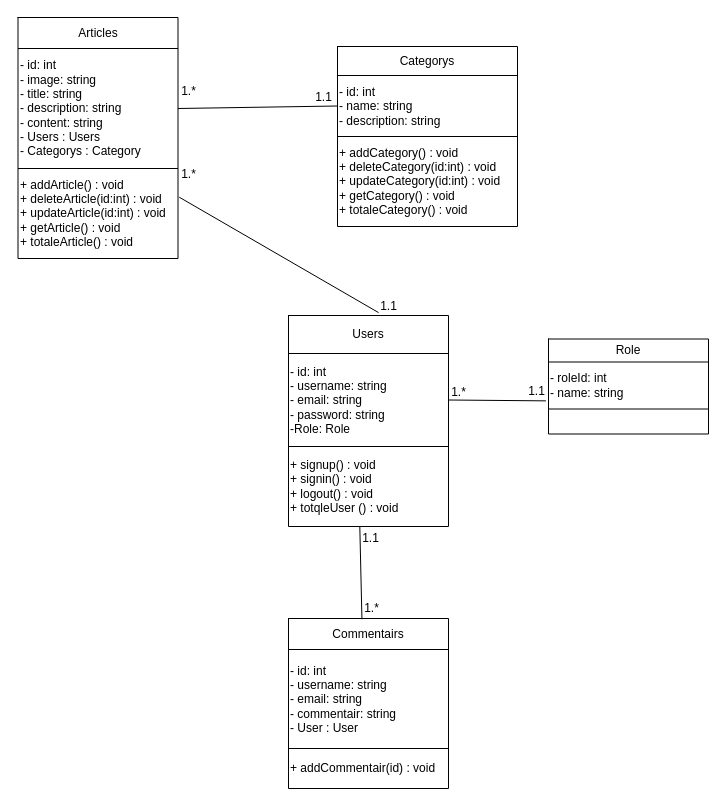
This is uml/DiagramDeClass.drawio from k-zakaria/ajiNt3awno, a draw.io file, before an edit. Source tidied: cells renumbered, new cells numbered last; positions are measured from the earlier drawing's top-left corner, leaving out a move shared by most shapes. Both pictures are drawn from the tidied source at 100%, with x=0, y=0 at pixel (18, 17).
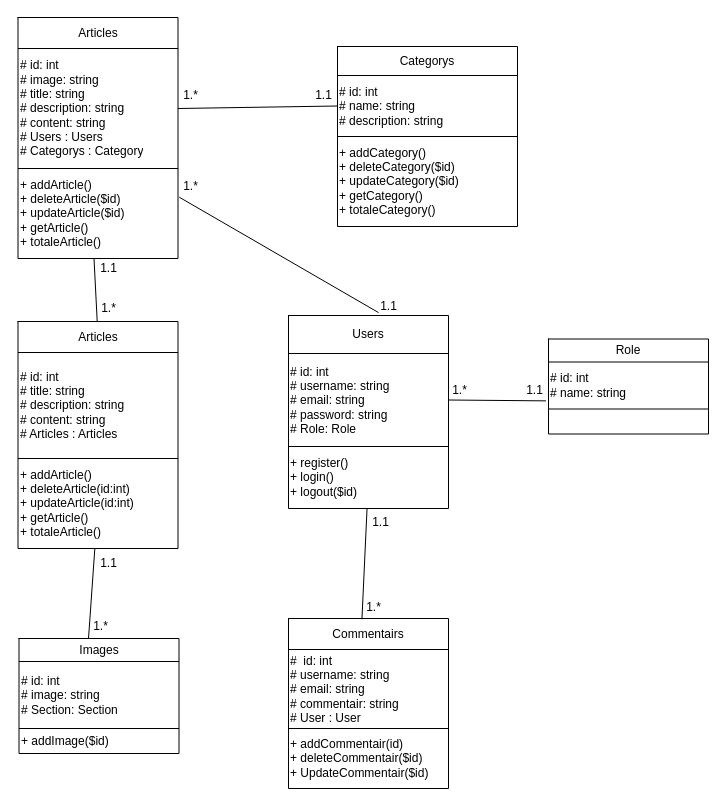
Above is the later version.

Unchanged cells that the change refers to:
```xml
<mxCell id="6" style="shape=tableRow;horizontal=0;startSize=0;swimlaneHead=0;swimlaneBody=0;top=0;left=0;bottom=0;right=0;fillColor=none;points=[[0,0.5],[1,0.5]];portConstraint=eastwest;" parent="3" vertex="1">
  <mxGeometry y="31" width="160" height="120" as="geometry" />
</mxCell>
<mxCell id="8" style="shape=tableRow;horizontal=0;startSize=0;swimlaneHead=0;swimlaneBody=0;top=0;left=0;bottom=0;right=0;fillColor=none;points=[[0,0.5],[1,0.5]];portConstraint=eastwest;" parent="3" vertex="1">
  <mxGeometry y="151" width="160" height="90" as="geometry" />
</mxCell>
<mxCell id="13" style="shape=tableRow;horizontal=0;startSize=0;swimlaneHead=0;swimlaneBody=0;top=0;left=0;bottom=0;right=0;fillColor=none;points=[[0,0.5],[1,0.5]];portConstraint=eastwest;" parent="10" vertex="1">
  <mxGeometry y="29" width="180" height="61" as="geometry" />
</mxCell>
<mxCell id="15" style="shape=tableRow;horizontal=0;startSize=0;swimlaneHead=0;swimlaneBody=0;top=0;left=0;bottom=0;right=0;fillColor=none;" parent="10" vertex="1">
  <mxGeometry y="90" width="180" height="90" as="geometry" />
</mxCell>
<mxCell id="20" style="shape=tableRow;horizontal=0;startSize=0;swimlaneHead=0;swimlaneBody=0;top=0;left=0;bottom=0;right=0;fillColor=none;points=[[0,0.5],[1,0.5]];portConstraint=eastwest;" parent="17" vertex="1">
  <mxGeometry y="38" width="160" height="93" as="geometry" />
</mxCell>
<mxCell id="32" style="shape=tableRow;horizontal=0;startSize=0;swimlaneHead=0;swimlaneBody=0;top=0;left=0;bottom=0;right=0;fillColor=none;points=[[0,0.5],[1,0.5]];portConstraint=eastwest;" parent="29" vertex="1">
  <mxGeometry y="23" width="160" height="47" as="geometry" />
</mxCell>
<mxCell id="39" style="shape=table;startSize=0;childLayout=tableLayout;" parent="1" vertex="1">
  <mxGeometry x="270" y="601" width="160" height="170" as="geometry" />
</mxCell>
<mxCell id="40" style="shape=tableRow;horizontal=0;startSize=0;swimlaneHead=0;swimlaneBody=0;top=0;left=0;bottom=0;right=0;fillColor=none;points=[[0,0.5],[1,0.5]];portConstraint=eastwest;" parent="39" vertex="1">
  <mxGeometry width="160" height="31" as="geometry" />
</mxCell>
```

Change to the diagram source:
```diff
@@
-    <mxCell id="7" value="- id: int&lt;br&gt;- image: string&lt;br&gt;- title: string&lt;br&gt;- description: string&lt;br&gt;- content: string&lt;br&gt;- Users : Users&lt;br&gt;- Categorys : Category" style="shape=partialRectangle;html=1;whiteSpace=wrap;overflow=hidden;fillColor=none;top=0;left=0;bottom=0;right=0;align=left;" parent="6" vertex="1">
+    <mxCell id="7" value="# id: int&lt;br&gt;# image: string&lt;br&gt;# title: string&lt;br&gt;# description: string&lt;br&gt;# content: string&lt;br&gt;# Users : Users&lt;br&gt;# Categorys : Category" style="shape=partialRectangle;html=1;whiteSpace=wrap;overflow=hidden;fillColor=none;top=0;left=0;bottom=0;right=0;align=left;" parent="6" vertex="1">
       <mxGeometry width="160" height="120" as="geometry" />
     </mxCell>
@@
-    <mxCell id="9" value="&lt;span style=&quot;&quot;&gt;+ addArticle&lt;/span&gt;&lt;span style=&quot;&quot;&gt;() : void&lt;/span&gt;&lt;br style=&quot;&quot;&gt;&lt;span style=&quot;&quot;&gt;+ deleteArticle&lt;/span&gt;&lt;span style=&quot;&quot;&gt;(id:int) : void&lt;/span&gt;&lt;br style=&quot;&quot;&gt;&lt;span style=&quot;&quot;&gt;+ updateArticle&lt;/span&gt;&lt;span style=&quot;&quot;&gt;(id:int) : void&lt;/span&gt;&lt;br style=&quot;&quot;&gt;&lt;span style=&quot;&quot;&gt;+ getArticle&lt;/span&gt;&lt;span style=&quot;&quot;&gt;() : void&lt;br&gt;+ totaleArticle() : void&lt;br&gt;&lt;/span&gt;" style="shape=partialRectangle;html=1;whiteSpace=wrap;overflow=hidden;fillColor=none;top=0;left=0;bottom=0;right=0;align=left;" parent="8" vertex="1">
+    <mxCell id="9" value="&lt;span style=&quot;&quot;&gt;+ addArticle&lt;/span&gt;&lt;span style=&quot;&quot;&gt;()&amp;nbsp;&lt;/span&gt;&lt;br style=&quot;&quot;&gt;&lt;span style=&quot;&quot;&gt;+ deleteArticle&lt;/span&gt;&lt;span style=&quot;&quot;&gt;($id)&amp;nbsp;&lt;/span&gt;&lt;br style=&quot;&quot;&gt;&lt;span style=&quot;&quot;&gt;+ updateArticle&lt;/span&gt;&lt;span style=&quot;&quot;&gt;($id)&lt;/span&gt;&lt;br style=&quot;&quot;&gt;&lt;span style=&quot;&quot;&gt;+ getArticle&lt;/span&gt;&lt;span style=&quot;&quot;&gt;()&amp;nbsp;&lt;br&gt;+ totaleArticle()&lt;br&gt;&lt;/span&gt;" style="shape=partialRectangle;html=1;whiteSpace=wrap;overflow=hidden;fillColor=none;top=0;left=0;bottom=0;right=0;align=left;" parent="8" vertex="1">
       <mxGeometry width="160" height="90" as="geometry" />
     </mxCell>
@@
-    <mxCell id="14" value="&lt;div&gt;- id: int&lt;/div&gt;&lt;div&gt;&lt;span style=&quot;background-color: initial;&quot;&gt;- name: string&amp;nbsp; &amp;nbsp; &amp;nbsp; &amp;nbsp;&lt;/span&gt;&lt;/div&gt;&lt;div&gt;&lt;span style=&quot;background-color: initial;&quot;&gt;- description: string&lt;/span&gt;&lt;/div&gt;" style="shape=partialRectangle;html=1;whiteSpace=wrap;overflow=hidden;fillColor=none;top=0;left=0;bottom=0;right=0;align=left;" parent="13" vertex="1">
+    <mxCell id="14" value="&lt;div&gt;# id: int&lt;/div&gt;&lt;div&gt;&lt;span style=&quot;background-color: initial;&quot;&gt;# name: string&amp;nbsp; &amp;nbsp; &amp;nbsp; &amp;nbsp;&lt;/span&gt;&lt;/div&gt;&lt;div&gt;&lt;span style=&quot;background-color: initial;&quot;&gt;# description: string&lt;/span&gt;&lt;/div&gt;" style="shape=partialRectangle;html=1;whiteSpace=wrap;overflow=hidden;fillColor=none;top=0;left=0;bottom=0;right=0;align=left;" parent="13" vertex="1">
       <mxGeometry width="180" height="61" as="geometry" />
     </mxCell>
@@
-    <mxCell id="16" value="+ addCategory() : void&lt;br&gt;+ deleteCategory(id:int) : void&lt;br&gt;+ updateCategory(id:int) : void&lt;br&gt;+ getCategory() : void&lt;br&gt;+ totaleCategory() : void" style="shape=partialRectangle;html=1;whiteSpace=wrap;overflow=hidden;fillColor=none;top=0;left=0;bottom=0;right=0;align=left;" parent="15" vertex="1">
+    <mxCell id="16" value="+ addCategory()&lt;br&gt;+ deleteCategory($id)&amp;nbsp;&lt;br&gt;+ updateCategory($id)&lt;br&gt;+ getCategory()&lt;br&gt;+ totaleCategory()" style="shape=partialRectangle;html=1;whiteSpace=wrap;overflow=hidden;fillColor=none;top=0;left=0;bottom=0;right=0;align=left;" parent="15" vertex="1">
       <mxGeometry width="180" height="90" as="geometry" />
     </mxCell>
     <mxCell id="17" style="shape=table;startSize=0;childLayout=tableLayout;" parent="1" vertex="1">
-      <mxGeometry x="270" y="298" width="160" height="211" as="geometry" />
+      <mxGeometry x="270" y="298" width="160" height="193" as="geometry" />
     </mxCell>
@@
-    <mxCell id="21" value="- id: int&lt;br&gt;- username: string&lt;br&gt;- email: string&lt;br&gt;- password: string&lt;br&gt;-Role: Role" style="shape=partialRectangle;html=1;whiteSpace=wrap;overflow=hidden;fillColor=none;top=0;left=0;bottom=0;right=0;align=left;" parent="20" vertex="1">
+    <mxCell id="21" value="# id: int&lt;br&gt;# username: string&lt;br&gt;# email: string&lt;br&gt;# password: string&lt;br&gt;# Role: Role" style="shape=partialRectangle;html=1;whiteSpace=wrap;overflow=hidden;fillColor=none;top=0;left=0;bottom=0;right=0;align=left;" parent="20" vertex="1">
       <mxGeometry width="160" height="93" as="geometry" />
     </mxCell>
     <mxCell id="22" style="shape=tableRow;horizontal=0;startSize=0;swimlaneHead=0;swimlaneBody=0;top=0;left=0;bottom=0;right=0;fillColor=none;points=[[0,0.5],[1,0.5]];portConstraint=eastwest;" parent="17" vertex="1">
-      <mxGeometry y="131" width="160" height="80" as="geometry" />
+      <mxGeometry y="131" width="160" height="62" as="geometry" />
     </mxCell>
-    <mxCell id="23" value="&lt;span style=&quot;&quot;&gt;+ signup&lt;/span&gt;&lt;span style=&quot;&quot;&gt;() : void&lt;/span&gt;&lt;br style=&quot;&quot;&gt;&lt;span style=&quot;&quot;&gt;+ signin&lt;/span&gt;&lt;span style=&quot;&quot;&gt;() : void&lt;br&gt;+ logout() : void&lt;br&gt;&lt;/span&gt;+ totqleUser () : void&lt;span style=&quot;&quot;&gt;&lt;br&gt;&lt;/span&gt;" style="shape=partialRectangle;html=1;whiteSpace=wrap;overflow=hidden;fillColor=none;top=0;left=0;bottom=0;right=0;align=left;" parent="22" vertex="1">
-      <mxGeometry width="160" height="80" as="geometry" />
+    <mxCell id="23" value="&lt;span style=&quot;&quot;&gt;+ register&lt;/span&gt;&lt;span style=&quot;&quot;&gt;()&amp;nbsp;&lt;/span&gt;&lt;br style=&quot;&quot;&gt;&lt;span style=&quot;&quot;&gt;+ login&lt;/span&gt;&lt;span style=&quot;&quot;&gt;()&amp;nbsp;&lt;br&gt;+ logout($id)&amp;nbsp;&lt;/span&gt;&lt;span style=&quot;&quot;&gt;&lt;br&gt;&lt;/span&gt;" style="shape=partialRectangle;html=1;whiteSpace=wrap;overflow=hidden;fillColor=none;top=0;left=0;bottom=0;right=0;align=left;" parent="22" vertex="1">
+      <mxGeometry width="160" height="62" as="geometry" />
     </mxCell>
@@
     <mxCell id="25" value="1.*" style="text;html=1;align=center;verticalAlign=middle;strokeColor=none;fillColor=none;" parent="1" vertex="1">
-      <mxGeometry x="150" y="59" width="40" height="30" as="geometry" />
+      <mxGeometry x="152" y="63" width="40" height="30" as="geometry" />
     </mxCell>
     <mxCell id="26" value="1.1" style="text;html=1;align=center;verticalAlign=middle;strokeColor=none;fillColor=none;" parent="1" vertex="1">
-      <mxGeometry x="285" y="65" width="40" height="30" as="geometry" />
+      <mxGeometry x="285" y="63" width="40" height="30" as="geometry" />
     </mxCell>
@@
     <mxCell id="28" value="1.*" style="text;html=1;align=center;verticalAlign=middle;strokeColor=none;fillColor=none;" parent="1" vertex="1">
-      <mxGeometry x="150" y="142" width="40" height="30" as="geometry" />
+      <mxGeometry x="152" y="154" width="40" height="30" as="geometry" />
     </mxCell>
@@
-    <mxCell id="33" value="&lt;div&gt;- roleId: int&lt;/div&gt;&lt;div&gt;&lt;span style=&quot;background-color: initial;&quot;&gt;- name: string&amp;nbsp; &amp;nbsp; &amp;nbsp; &amp;nbsp;&lt;/span&gt;&lt;/div&gt;" style="shape=partialRectangle;html=1;whiteSpace=wrap;overflow=hidden;fillColor=none;top=0;left=0;bottom=0;right=0;align=left;" parent="32" vertex="1">
+    <mxCell id="33" value="&lt;div&gt;# id: int&lt;/div&gt;&lt;div&gt;&lt;span style=&quot;background-color: initial;&quot;&gt;# name: string&amp;nbsp; &amp;nbsp; &amp;nbsp; &amp;nbsp;&lt;/span&gt;&lt;/div&gt;" style="shape=partialRectangle;html=1;whiteSpace=wrap;overflow=hidden;fillColor=none;top=0;left=0;bottom=0;right=0;align=left;" parent="32" vertex="1">
       <mxGeometry width="160" height="47" as="geometry" />
     </mxCell>
@@
     <mxCell id="37" value="1.*" style="text;html=1;align=center;verticalAlign=middle;strokeColor=none;fillColor=none;" parent="1" vertex="1">
-      <mxGeometry x="420" y="360" width="40" height="30" as="geometry" />
+      <mxGeometry x="421" y="358" width="40" height="30" as="geometry" />
     </mxCell>
     <mxCell id="38" value="1.1" style="text;html=1;align=center;verticalAlign=middle;strokeColor=none;fillColor=none;" parent="1" vertex="1">
-      <mxGeometry x="498" y="359" width="40" height="30" as="geometry" />
+      <mxGeometry x="496" y="358" width="40" height="30" as="geometry" />
     </mxCell>
@@
     <mxCell id="42" style="shape=tableRow;horizontal=0;startSize=0;swimlaneHead=0;swimlaneBody=0;top=0;left=0;bottom=0;right=0;fillColor=none;" parent="39" vertex="1">
-      <mxGeometry y="31" width="160" height="99" as="geometry" />
+      <mxGeometry y="31" width="160" height="79" as="geometry" />
     </mxCell>
-    <mxCell id="43" value="- id: int&lt;br&gt;- username: string&lt;br&gt;- email: string&lt;br&gt;- commentair: string&lt;br&gt;- User : User" style="shape=partialRectangle;html=1;whiteSpace=wrap;overflow=hidden;fillColor=none;top=0;left=0;bottom=0;right=0;align=left;" parent="42" vertex="1">
-      <mxGeometry width="160" height="99" as="geometry" />
+    <mxCell id="43" value="#&amp;nbsp; id: int&lt;br&gt;# username: string&lt;br&gt;# email: string&lt;br&gt;# commentair: string&lt;br&gt;# User : User" style="shape=partialRectangle;html=1;whiteSpace=wrap;overflow=hidden;fillColor=none;top=0;left=0;bottom=0;right=0;align=left;" parent="42" vertex="1">
+      <mxGeometry width="160" height="79" as="geometry" />
     </mxCell>
     <mxCell id="44" style="shape=tableRow;horizontal=0;startSize=0;swimlaneHead=0;swimlaneBody=0;top=0;left=0;bottom=0;right=0;fillColor=none;" parent="39" vertex="1">
-      <mxGeometry y="130" width="160" height="40" as="geometry" />
+      <mxGeometry y="110" width="160" height="60" as="geometry" />
     </mxCell>
-    <mxCell id="45" value="&lt;span style=&quot;&quot;&gt;+ addCommentair&lt;/span&gt;&lt;span style=&quot;&quot;&gt;(id) : void&lt;/span&gt;&lt;span style=&quot;&quot;&gt;&lt;br&gt;&lt;/span&gt;" style="shape=partialRectangle;html=1;whiteSpace=wrap;overflow=hidden;fillColor=none;top=0;left=0;bottom=0;right=0;align=left;" parent="44" vertex="1">
-      <mxGeometry width="160" height="40" as="geometry" />
+    <mxCell id="45" value="&lt;span style=&quot;&quot;&gt;+ addCommentair&lt;/span&gt;&lt;span style=&quot;&quot;&gt;(id)&amp;nbsp;&lt;br&gt;&lt;/span&gt;&lt;span style=&quot;&quot;&gt;+ deleteCommentair($id)&lt;br&gt;+ UpdateCommentair($id)&lt;br&gt;&lt;/span&gt;" style="shape=partialRectangle;html=1;whiteSpace=wrap;overflow=hidden;fillColor=none;top=0;left=0;bottom=0;right=0;align=left;" parent="44" vertex="1">
+      <mxGeometry width="160" height="60" as="geometry" />
     </mxCell>
-    <mxCell id="46" style="endArrow=none;html=1;exitX=0.459;exitY=0.023;exitDx=0;exitDy=0;exitPerimeter=0;" parent="1" edge="1" source="40">
-      <mxGeometry relative="1" as="geometry">
-        <mxPoint x="341.3" y="509" as="targetPoint" />
-      </mxGeometry>
+    <mxCell id="46" style="endArrow=none;html=1;exitX=0.459;exitY=0.023;exitDx=0;exitDy=0;exitPerimeter=0;" parent="1" edge="1" source="40" target="22">
+      <mxGeometry relative="1" as="geometry" />
     </mxCell>
     <mxCell id="47" value="1.1" style="text;html=1;align=center;verticalAlign=middle;strokeColor=none;fillColor=none;" parent="1" vertex="1">
-      <mxGeometry x="332" y="506" width="40" height="30" as="geometry" />
+      <mxGeometry x="342" y="490" width="40" height="30" as="geometry" />
     </mxCell>
     <mxCell id="48" value="1.*" style="text;html=1;align=center;verticalAlign=middle;strokeColor=none;fillColor=none;" parent="1" vertex="1">
-      <mxGeometry x="333" y="576" width="40" height="30" as="geometry" />
+      <mxGeometry x="335" y="575" width="40" height="30" as="geometry" />
     </mxCell>
+    <mxCell id="49" style="shape=table;startSize=0;childLayout=tableLayout;" parent="1" vertex="1">
+      <mxGeometry x="0.5" y="621" width="160" height="115" as="geometry" />
+    </mxCell>
+    <mxCell id="50" style="shape=tableRow;horizontal=0;startSize=0;swimlaneHead=0;swimlaneBody=0;top=0;left=0;bottom=0;right=0;fillColor=none;" parent="49" vertex="1">
+      <mxGeometry width="160" height="23" as="geometry" />
+    </mxCell>
+    <mxCell id="51" value="Images" style="shape=partialRectangle;html=1;whiteSpace=wrap;overflow=hidden;fillColor=none;top=0;left=0;bottom=0;right=0;" parent="50" vertex="1">
+      <mxGeometry width="160" height="23" as="geometry" />
+    </mxCell>
+    <mxCell id="52" style="shape=tableRow;horizontal=0;startSize=0;swimlaneHead=0;swimlaneBody=0;top=0;left=0;bottom=0;right=0;fillColor=none;" parent="49" vertex="1">
+      <mxGeometry y="23" width="160" height="67" as="geometry" />
+    </mxCell>
+    <mxCell id="53" value="&lt;div&gt;# id: int&lt;/div&gt;&lt;div&gt;&lt;span style=&quot;background-color: initial;&quot;&gt;# image: string&amp;nbsp; &amp;nbsp; &amp;nbsp; &amp;nbsp;&lt;/span&gt;&lt;/div&gt;&lt;div&gt;&lt;span style=&quot;background-color: initial;&quot;&gt;# Section: Section&lt;/span&gt;&lt;/div&gt;" style="shape=partialRectangle;html=1;whiteSpace=wrap;overflow=hidden;fillColor=none;top=0;left=0;bottom=0;right=0;align=left;" parent="52" vertex="1">
+      <mxGeometry width="160" height="67" as="geometry" />
+    </mxCell>
+    <mxCell id="54" style="shape=tableRow;horizontal=0;startSize=0;swimlaneHead=0;swimlaneBody=0;top=0;left=0;bottom=0;right=0;fillColor=none;" parent="49" vertex="1">
+      <mxGeometry y="90" width="160" height="25" as="geometry" />
+    </mxCell>
+    <mxCell id="55" value="+ addImage($id)" style="shape=partialRectangle;html=1;whiteSpace=wrap;overflow=hidden;fillColor=none;top=0;left=0;bottom=0;right=0;align=left;" parent="54" vertex="1">
+      <mxGeometry width="160" height="25" as="geometry" />
+    </mxCell>
+    <mxCell id="56" style="shape=table;startSize=0;childLayout=tableLayout;" parent="1" vertex="1">
+      <mxGeometry x="-0.5" y="304" width="160" height="227" as="geometry" />
+    </mxCell>
+    <mxCell id="57" style="shape=tableRow;horizontal=0;startSize=0;swimlaneHead=0;swimlaneBody=0;top=0;left=0;bottom=0;right=0;fillColor=none;points=[[0,0.5],[1,0.5]];portConstraint=eastwest;" parent="56" vertex="1">
+      <mxGeometry width="160" height="31" as="geometry" />
+    </mxCell>
+    <mxCell id="58" value="Articles" style="shape=partialRectangle;html=1;whiteSpace=wrap;overflow=hidden;fillColor=none;top=0;left=0;bottom=0;right=0;" parent="57" vertex="1">
+      <mxGeometry width="160" height="31" as="geometry" />
+    </mxCell>
+    <mxCell id="59" style="shape=tableRow;horizontal=0;startSize=0;swimlaneHead=0;swimlaneBody=0;top=0;left=0;bottom=0;right=0;fillColor=none;" parent="56" vertex="1">
+      <mxGeometry y="31" width="160" height="106" as="geometry" />
+    </mxCell>
+    <mxCell id="60" value="# id: int&lt;br&gt;# title: string&lt;br&gt;# description: string&lt;br&gt;# content: string&lt;br&gt;# Articles : Articles" style="shape=partialRectangle;html=1;whiteSpace=wrap;overflow=hidden;fillColor=none;top=0;left=0;bottom=0;right=0;align=left;" parent="59" vertex="1">
+      <mxGeometry width="160" height="106" as="geometry" />
+    </mxCell>
+    <mxCell id="61" style="shape=tableRow;horizontal=0;startSize=0;swimlaneHead=0;swimlaneBody=0;top=0;left=0;bottom=0;right=0;fillColor=none;points=[[0,0.5],[1,0.5]];portConstraint=eastwest;" parent="56" vertex="1">
+      <mxGeometry y="137" width="160" height="90" as="geometry" />
+    </mxCell>
+    <mxCell id="62" value="&lt;span style=&quot;&quot;&gt;+ addArticle&lt;/span&gt;&lt;span style=&quot;&quot;&gt;()&amp;nbsp;&lt;/span&gt;&lt;br style=&quot;&quot;&gt;&lt;span style=&quot;&quot;&gt;+ deleteArticle&lt;/span&gt;&lt;span style=&quot;&quot;&gt;(id:int)&amp;nbsp;&lt;/span&gt;&lt;br style=&quot;&quot;&gt;&lt;span style=&quot;&quot;&gt;+ updateArticle&lt;/span&gt;&lt;span style=&quot;&quot;&gt;(id:int)&amp;nbsp;&lt;/span&gt;&lt;br style=&quot;&quot;&gt;&lt;span style=&quot;&quot;&gt;+ getArticle&lt;/span&gt;&lt;span style=&quot;&quot;&gt;()&amp;nbsp;&lt;br&gt;+ totaleArticle()&amp;nbsp;&lt;br&gt;&lt;/span&gt;" style="shape=partialRectangle;html=1;whiteSpace=wrap;overflow=hidden;fillColor=none;top=0;left=0;bottom=0;right=0;align=left;" parent="61" vertex="1">
+      <mxGeometry width="160" height="90" as="geometry" />
+    </mxCell>
+    <mxCell id="63" style="endArrow=none;html=1;entryX=0.475;entryY=0.999;entryDx=0;entryDy=0;entryPerimeter=0;" parent="1" edge="1" source="57" target="8">
+      <mxGeometry relative="1" as="geometry" />
+    </mxCell>
+    <mxCell id="64" value="1.1" style="text;html=1;align=center;verticalAlign=middle;strokeColor=none;fillColor=none;" parent="1" vertex="1">
+      <mxGeometry x="70" y="236" width="40" height="30" as="geometry" />
+    </mxCell>
+    <mxCell id="65" value="1.*" style="text;html=1;align=center;verticalAlign=middle;strokeColor=none;fillColor=none;" parent="1" vertex="1">
+      <mxGeometry x="70" y="276" width="40" height="30" as="geometry" />
+    </mxCell>
+    <mxCell id="66" style="endArrow=none;html=1;" parent="1" edge="1" target="61">
+      <mxGeometry relative="1" as="geometry">
+        <mxPoint x="70" y="621" as="sourcePoint" />
+      </mxGeometry>
+    </mxCell>
+    <mxCell id="67" value="1.1" style="text;html=1;align=center;verticalAlign=middle;strokeColor=none;fillColor=none;" parent="1" vertex="1">
+      <mxGeometry x="70" y="531" width="40" height="30" as="geometry" />
+    </mxCell>
+    <mxCell id="68" value="1.*" style="text;html=1;align=center;verticalAlign=middle;strokeColor=none;fillColor=none;" parent="1" vertex="1">
+      <mxGeometry x="62" y="594" width="40" height="30" as="geometry" />
+    </mxCell>
```
